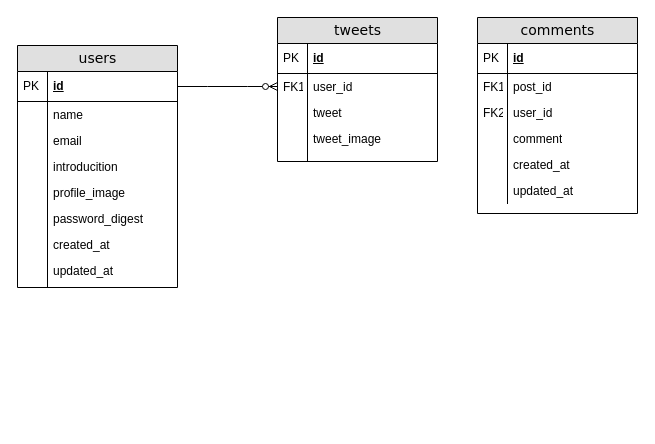
Masashi0411/til keeps this draw.io diagram as 0129_テーブル設計.drawio. Above is the earlier version. Source tidied: cells renumbered, new cells numbered last; positions are measured from the earlier drawing's top-left corner, leaving out a move shared by most shapes. Both pictures are drawn from the tidied source at 100%, with x=0, y=0 at pixel (17, 17).
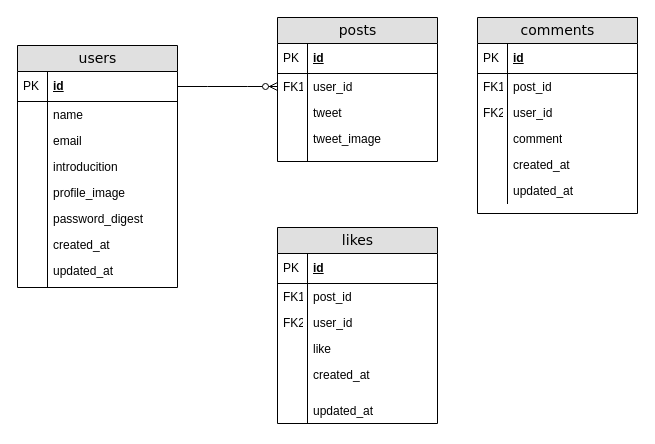
The same page after the edit.

Commit message:
0129_テーブル設計.drawio を更新します

Change to the diagram source:
```diff
@@
-    <mxCell id="2" value="tweets" style="swimlane;html=1;fontStyle=0;horizontal=1;startSize=26;fillColor=#e0e0e0;swimlaneFillColor=#ffffff;align=center;rounded=0;shadow=0;comic=0;labelBackgroundColor=none;strokeWidth=1;fontFamily=Verdana;fontSize=14;" parent="1" vertex="1">
+    <mxCell id="2" value="posts" style="swimlane;html=1;fontStyle=0;horizontal=1;startSize=26;fillColor=#e0e0e0;swimlaneFillColor=#ffffff;align=center;rounded=0;shadow=0;comic=0;labelBackgroundColor=none;strokeWidth=1;fontFamily=Verdana;fontSize=14;" parent="1" vertex="1">
       <mxGeometry x="260" width="160" height="144" as="geometry" />
     </mxCell>
@@
+    <mxCell id="46" value="likes" style="swimlane;html=1;fontStyle=0;horizontal=1;startSize=26;fillColor=#e0e0e0;swimlaneFillColor=#ffffff;align=center;rounded=0;shadow=0;comic=0;labelBackgroundColor=none;strokeWidth=1;fontFamily=Verdana;fontSize=14;" parent="1" vertex="1">
+      <mxGeometry x="260" y="210" width="160" height="196" as="geometry" />
+    </mxCell>
+    <mxCell id="47" value="id" style="shape=partialRectangle;top=0;left=0;right=0;bottom=1;html=1;align=left;verticalAlign=middle;fillColor=none;spacingLeft=34;spacingRight=4;whiteSpace=wrap;overflow=hidden;fontStyle=5;" parent="46" vertex="1">
+      <mxGeometry y="26" width="160" height="30" as="geometry" />
+    </mxCell>
+    <mxCell id="48" value="PK" style="shape=partialRectangle;top=0;left=0;bottom=0;html=1;fillColor=none;align=left;verticalAlign=middle;spacingLeft=4;spacingRight=4;whiteSpace=wrap;overflow=hidden;" parent="47" vertex="1">
+      <mxGeometry width="30" height="30" as="geometry" />
+    </mxCell>
+    <mxCell id="49" value="post_id" style="shape=partialRectangle;top=0;left=0;right=0;bottom=0;html=1;align=left;verticalAlign=top;fillColor=none;spacingLeft=34;spacingRight=4;whiteSpace=wrap;overflow=hidden;" parent="46" vertex="1">
+      <mxGeometry y="56" width="160" height="26" as="geometry" />
+    </mxCell>
+    <mxCell id="50" value="FK1" style="shape=partialRectangle;top=0;left=0;bottom=0;html=1;fillColor=none;align=left;verticalAlign=top;spacingLeft=4;spacingRight=4;whiteSpace=wrap;overflow=hidden;" parent="49" vertex="1">
+      <mxGeometry width="30" height="26" as="geometry" />
+    </mxCell>
+    <mxCell id="51" value="user_id" style="shape=partialRectangle;top=0;left=0;right=0;bottom=0;html=1;align=left;verticalAlign=top;fillColor=none;spacingLeft=34;spacingRight=4;whiteSpace=wrap;overflow=hidden;" parent="46" vertex="1">
+      <mxGeometry y="82" width="160" height="26" as="geometry" />
+    </mxCell>
+    <mxCell id="52" value="FK2" style="shape=partialRectangle;top=0;left=0;bottom=0;html=1;fillColor=none;align=left;verticalAlign=top;spacingLeft=4;spacingRight=4;whiteSpace=wrap;overflow=hidden;" parent="51" vertex="1">
+      <mxGeometry width="30" height="26" as="geometry" />
+    </mxCell>
+    <mxCell id="53" value="like" style="shape=partialRectangle;top=0;left=0;right=0;bottom=0;html=1;align=left;verticalAlign=top;fillColor=none;spacingLeft=34;spacingRight=4;whiteSpace=wrap;overflow=hidden;" parent="46" vertex="1">
+      <mxGeometry y="108" width="160" height="26" as="geometry" />
+    </mxCell>
+    <mxCell id="54" style="shape=partialRectangle;top=0;left=0;bottom=0;html=1;fillColor=none;align=left;verticalAlign=top;spacingLeft=4;spacingRight=4;whiteSpace=wrap;overflow=hidden;" parent="53" vertex="1">
+      <mxGeometry width="30" height="26" as="geometry" />
+    </mxCell>
+    <mxCell id="55" value="created_at" style="shape=partialRectangle;top=0;left=0;right=0;bottom=0;html=1;align=left;verticalAlign=top;fillColor=none;spacingLeft=34;spacingRight=4;whiteSpace=wrap;overflow=hidden;" parent="46" vertex="1">
+      <mxGeometry y="134" width="160" height="26" as="geometry" />
+    </mxCell>
+    <mxCell id="56" style="shape=partialRectangle;top=0;left=0;bottom=0;html=1;fillColor=none;align=left;verticalAlign=top;spacingLeft=4;spacingRight=4;whiteSpace=wrap;overflow=hidden;" parent="55" vertex="1">
+      <mxGeometry width="30" height="26" as="geometry" />
+    </mxCell>
+    <mxCell id="57" style="shape=partialRectangle;top=0;left=0;right=0;bottom=0;html=1;align=left;verticalAlign=top;fillColor=none;spacingLeft=34;spacingRight=4;whiteSpace=wrap;overflow=hidden;" parent="46" vertex="1">
+      <mxGeometry y="160" width="160" height="10" as="geometry" />
+    </mxCell>
+    <mxCell id="58" style="shape=partialRectangle;top=0;left=0;bottom=0;html=1;fillColor=none;align=left;verticalAlign=top;spacingLeft=4;spacingRight=4;whiteSpace=wrap;overflow=hidden;" parent="57" vertex="1">
+      <mxGeometry width="30" height="10" as="geometry" />
+    </mxCell>
+    <mxCell id="59" value="updated_at" style="shape=partialRectangle;top=0;left=0;right=0;bottom=0;html=1;align=left;verticalAlign=top;fillColor=none;spacingLeft=34;spacingRight=4;whiteSpace=wrap;overflow=hidden;" parent="46" vertex="1">
+      <mxGeometry y="170" width="160" height="26" as="geometry" />
+    </mxCell>
+    <mxCell id="60" style="shape=partialRectangle;top=0;left=0;bottom=0;html=1;fillColor=none;align=left;verticalAlign=top;spacingLeft=4;spacingRight=4;whiteSpace=wrap;overflow=hidden;" parent="59" vertex="1">
+      <mxGeometry width="30" height="26" as="geometry" />
+    </mxCell>
```
